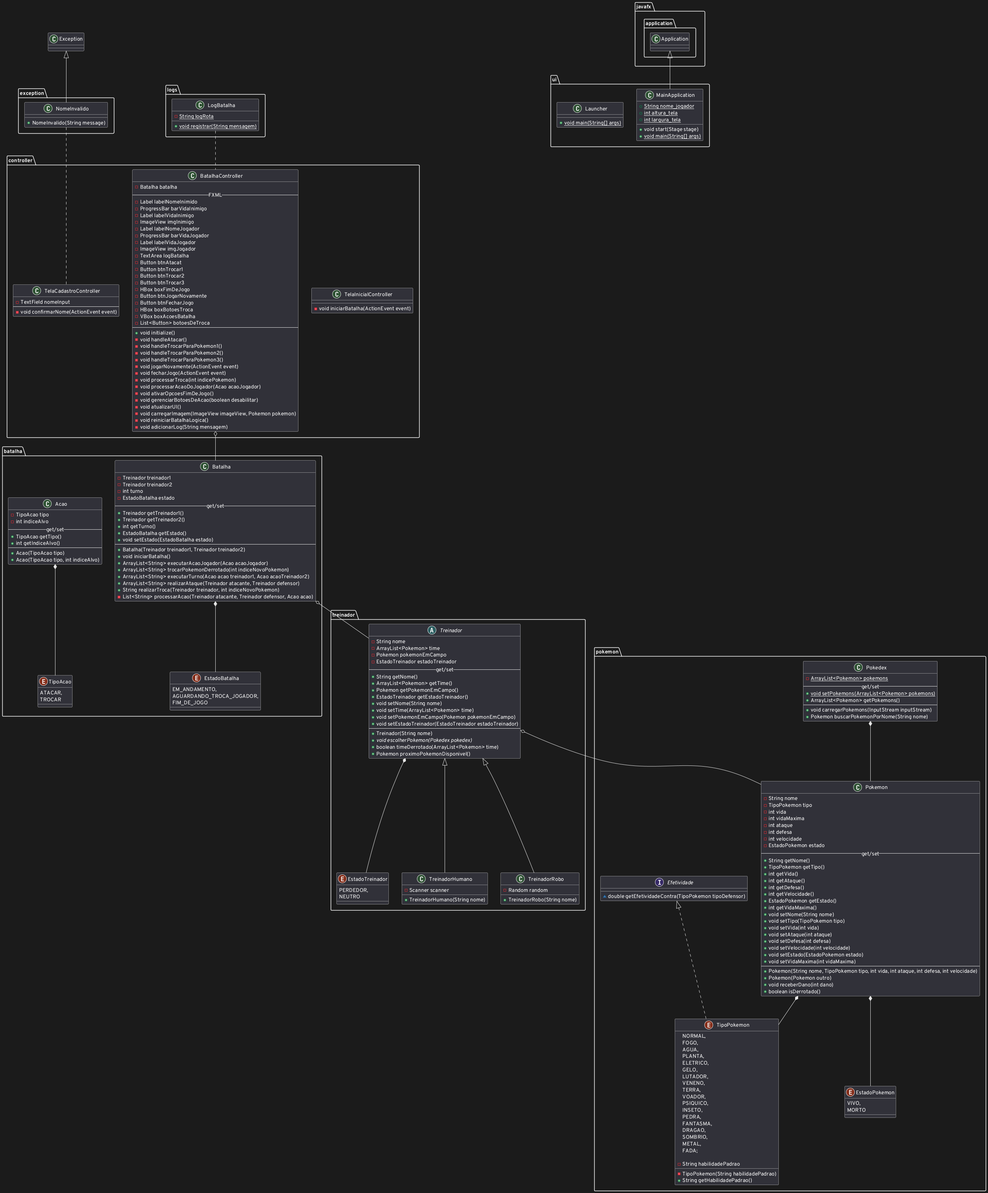
Earlier version of the PlantUML export uml.png (Fishguto5/Batalha_Pokemon). Its diagram source:
```plantuml
@startuml
class batalha.Acao {
        -TipoAcao tipo
        -int indiceAlvo
        --get/set--
        +TipoAcao getTipo()
        +int getIndiceAlvo()
        --
        +Acao(TipoAcao tipo)
        +Acao(TipoAcao tipo, int indiceAlvo)
}

batalha.Acao *-- batalha.TipoAcao

class batalha.Batalha {
        -Treinador treinador1
        -Treinador treinador2
        -int turno
        -EstadoBatalha estado
        --get/set--
        +Treinador getTreinador1()
        +Treinador getTreinador2()
        +int getTurno()
        +EstadoBatalha getEstado()
        +void setEstado(EstadoBatalha estado)
        --
        +Batalha(Treinador treinador1, Treinador treinador2)
        +void iniciarBatalha()
        +ArrayList<String> executarAcaoJogador(Acao acaoJogador)
        +ArrayList<String> trocarPokemonDerrotado(int indiceNovoPokemon)
        +ArrayList<String> executarTurno(Acao acao treinador1, Acao acaoTreinador2)
        +ArrayList<String> realizarAtaque(Treinador atacante, Treinador defensor)
        +String realizarTroca(Treinador treinador, int indiceNovoPokemon)
        -List<String> processarAcao(Treinador atacante, Treinador defensor, Acao acao)
}

batalha.Batalha o-- treinador.Treinador
batalha.Batalha *-- batalha.EstadoBatalha

enum batalha.EstadoBatalha {
        EM_ANDAMENTO,
        AGUARDANDO_TROCA_JOGADOR,
        FIM_DE_JOGO
}

enum batalha.TipoAcao {
        ATACAR,
        TROCAR
}

class controller.BatalhaController {
        -Batalha batalha
        --FXML--
        -Label labelNomeInimido
        -ProgressBar barVidaInimigo
        -Label labelVidaInimigo
        -ImageView imgInimigo
        -Label labelNomeJogador
        -ProgressBar barVidaJogador
        -Label labelVidaJogador
        -ImageView imgJogador
        -TextArea logBatalha
        -Button btnAtacat
        -Button btnTrocar1
        -Button btnTrocar2
        -Button btnTrocar3
        -HBox boxFimDeJogo
        -Button btnJogarNovamente
        -Button btnFecharJogo
        -HBox boxBotoesTroca
        -VBox boxAcoesBatalha
        -List<Button> botoesDeTroca
        --
        +void initialize()
        -void handleAtacar()
        -void handleTrocarParaPokemon1()
        -void handleTrocarParaPokemon2()
        -void handleTrocarParaPokemon3()
        -void jogarNovamente(ActionEvent event)
        -void fecharJogo(ActionEvent event)
        -void processarTroca(int indicePokemon)
        -void processarAcaoDoJogador(Acao acaoJogador)
        -void ativarOpcoesFimDeJogo()
        -void gerenciarBotoesDeAcao(boolean desabilitar)
        -void atualizarUI()
        -void carregarImagem(ImageView imageView, Pokemon pokemon)
        -void reiniciarBatalhaLogica()
        -void adicionarLog(String mensagem)
}

controller.BatalhaController o-- batalha.Batalha

class controller.TelaCadastroController {
        -TextField nomeInput
        --
        -void confirmarNome(ActionEvent event)
}

class controller.TelaInicialController {
        -void iniciarBatalha(ActionEvent event)
}

class exception.NomeInvalido extends Exception {
        +NomeInvalido(String message)
}

exception.NomeInvalido .. controller.TelaCadastroController

class logs.LogBatalha {
        {static} -String logRota
        {static} +void registrar(String mensagem)
}

logs.LogBatalha .. controller.BatalhaController

interface pokemon.Efetividade {
        ~double getEfetividadeContra(TipoPokemon tipoDefensor)
}

enum pokemon.EstadoPokemon {
        VIVO,
        MORTO
}

class pokemon.Pokedex {
        {static} -ArrayList<Pokemon> pokemons
        --get/set--
        {static} +void setPokemons(ArrayList<Pokemon> pokemons)
        +ArrayList<Pokemon> getPokemons()
        --
        +void carregarPokemons(InputStream inputStream)
        +Pokemon buscarPokemonPorNome(String nome)
}

pokemon.Pokedex *-- pokemon.Pokemon

class pokemon.Pokemon {
        -String nome
        -TipoPokemon tipo
        -int vida
        -int vidaMaxima
        -int ataque
        -int defesa
        -int velocidade
        -EstadoPokemon estado
        --get/set--
        +String getNome()
        +TipoPokemon getTipo()
        +int getVida()
        +int getAtaque()
        +int getDefesa()
        +int getVelocidade()
        +EstadoPokemon getEstado()
        +int getVidaMaxima()
        +void setNome(String nome)
        +void setTipo(TipoPokemon tipo)
        +void setVida(int vida)
        +void setAtaque(int ataque)
        +void setDefesa(int defesa)
        +void setVelocidade(int velocidade)
        +void setEstado(EstadoPokemon estado)
        +void setVidaMaxima(int vidaMaxima)
        --
        +Pokemon(String nome, TipoPokemon tipo, int vida, int ataque, int defesa, int velocidade)
        +Pokemon(Pokemon outro)
        +void receberDano(int dano)
        +boolean isDerrotado()
}

pokemon.Pokemon *-- pokemon.TipoPokemon
pokemon.Pokemon *-- pokemon.EstadoPokemon

enum pokemon.TipoPokemon implements pokemon.Efetividade {
        NORMAL,
        FOGO,
        AGUA,
        PLANTA,
        ELETRICO,
        GELO,
        LUTADOR,
        VENENO,
        TERRA,
        VOADOR,
        PSIQUICO,
        INSETO,
        PEDRA,
        FANTASMA,
        DRAGAO,
        SOMBRIO,
        METAL,
        FADA;

        -String habilidadePadrao
        -TipoPokemon(String habilidadePadrao)
        +String getHabilidadePadrao()
}

enum treinador.EstadoTreinador {
        PERDEDOR,
        NEUTRO
}


abstract class treinador.Treinador {
        -String nome
        -ArrayList<Pokemon> time
        -Pokemon pokemonEmCampo
        -EstadoTreinador estadoTreinador
        --get/set--
        +String getNome()
        +ArrayList<Pokemon> getTime()
        +Pokemon getPokemonEmCampo()
        +EstadoTreinador getEstadoTreinador()
        +void setNome(String nome)
        +void setTime(ArrayList<Pokemon> time)
        +void setPokemonEmCampo(Pokemon pokemonEmCampo)
        +void setEstadoTreinador(EstadoTreinador estadoTreinador)
        --
        +Treinador(String nome)
        {abstract} +void escolherPokemon(Pokedex pokedex)
        +boolean timeDerrotado(ArrayList<Pokemon> time)
        +Pokemon proximoPokemonDisponivel()
}

treinador.Treinador o-- pokemon.Pokemon
treinador.Treinador *-- treinador.EstadoTreinador

class treinador.TreinadorHumano extends treinador.Treinador {
        -Scanner scanner
        +TreinadorHumano(String nome)
}

class treinador.TreinadorRobo extends treinador.Treinador {
        -Random random
        +TreinadorRobo(String nome)
}

class ui.Launcher {
        {static} +void main(String[] args)
}

class ui.MainApplication extends javafx.application.Application {
        {static} +String nome_jogador
        {static} +int altura_tela
        {static} +int largura_tela

        +void start(Stage stage)
        {static} +void main(String[] args)
}
@enduml
```
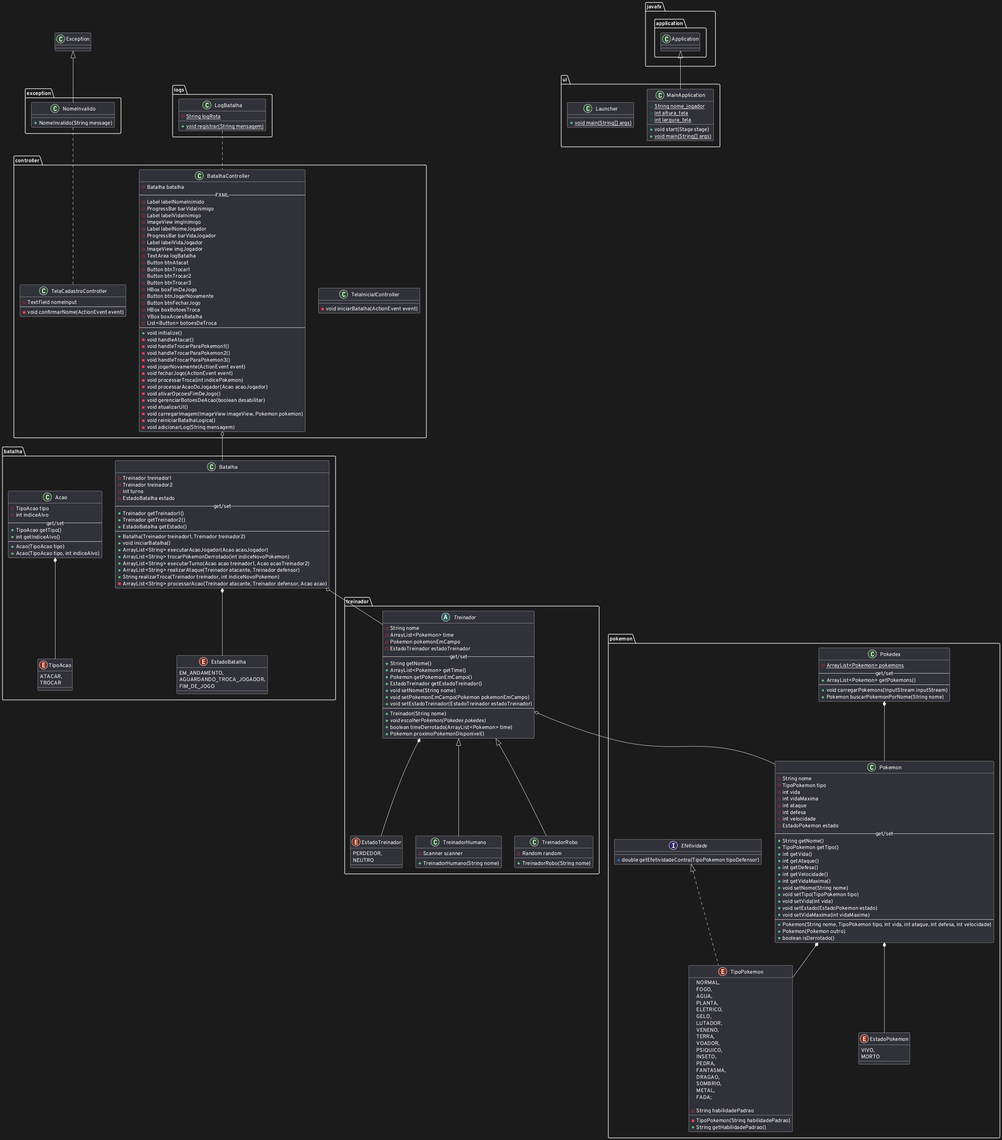
Later version of the same file.

Commit message:
Atualizar UML

What changed in the source:
```diff
@@ -20,9 +20,7 @@
         --get/set--
         +Treinador getTreinador1()
         +Treinador getTreinador2()
-        +int getTurno()
         +EstadoBatalha getEstado()
-        +void setEstado(EstadoBatalha estado)
         --
         +Batalha(Treinador treinador1, Treinador treinador2)
         +void iniciarBatalha()
@@ -31,7 +29,7 @@
         +ArrayList<String> executarTurno(Acao acao treinador1, Acao acaoTreinador2)
         +ArrayList<String> realizarAtaque(Treinador atacante, Treinador defensor)
         +String realizarTroca(Treinador treinador, int indiceNovoPokemon)
-        -List<String> processarAcao(Treinador atacante, Treinador defensor, Acao acao)
+        -ArrayList<String> processarAcao(Treinador atacante, Treinador defensor, Acao acao)
 }
 
 batalha.Batalha o-- treinador.Treinador
@@ -125,7 +123,6 @@
 class pokemon.Pokedex {
         {static} -ArrayList<Pokemon> pokemons
         --get/set--
-        {static} +void setPokemons(ArrayList<Pokemon> pokemons)
         +ArrayList<Pokemon> getPokemons()
         --
         +void carregarPokemons(InputStream inputStream)
@@ -150,20 +147,15 @@
         +int getAtaque()
         +int getDefesa()
         +int getVelocidade()
-        +EstadoPokemon getEstado()
         +int getVidaMaxima()
         +void setNome(String nome)
         +void setTipo(TipoPokemon tipo)
         +void setVida(int vida)
-        +void setAtaque(int ataque)
-        +void setDefesa(int defesa)
-        +void setVelocidade(int velocidade)
         +void setEstado(EstadoPokemon estado)
         +void setVidaMaxima(int vidaMaxima)
         --
         +Pokemon(String nome, TipoPokemon tipo, int vida, int ataque, int defesa, int velocidade)
         +Pokemon(Pokemon outro)
-        +void receberDano(int dano)
         +boolean isDerrotado()
 }
 
@@ -212,7 +204,6 @@
         +Pokemon getPokemonEmCampo()
         +EstadoTreinador getEstadoTreinador()
         +void setNome(String nome)
-        +void setTime(ArrayList<Pokemon> time)
         +void setPokemonEmCampo(Pokemon pokemonEmCampo)
         +void setEstadoTreinador(EstadoTreinador estadoTreinador)
         --
```
